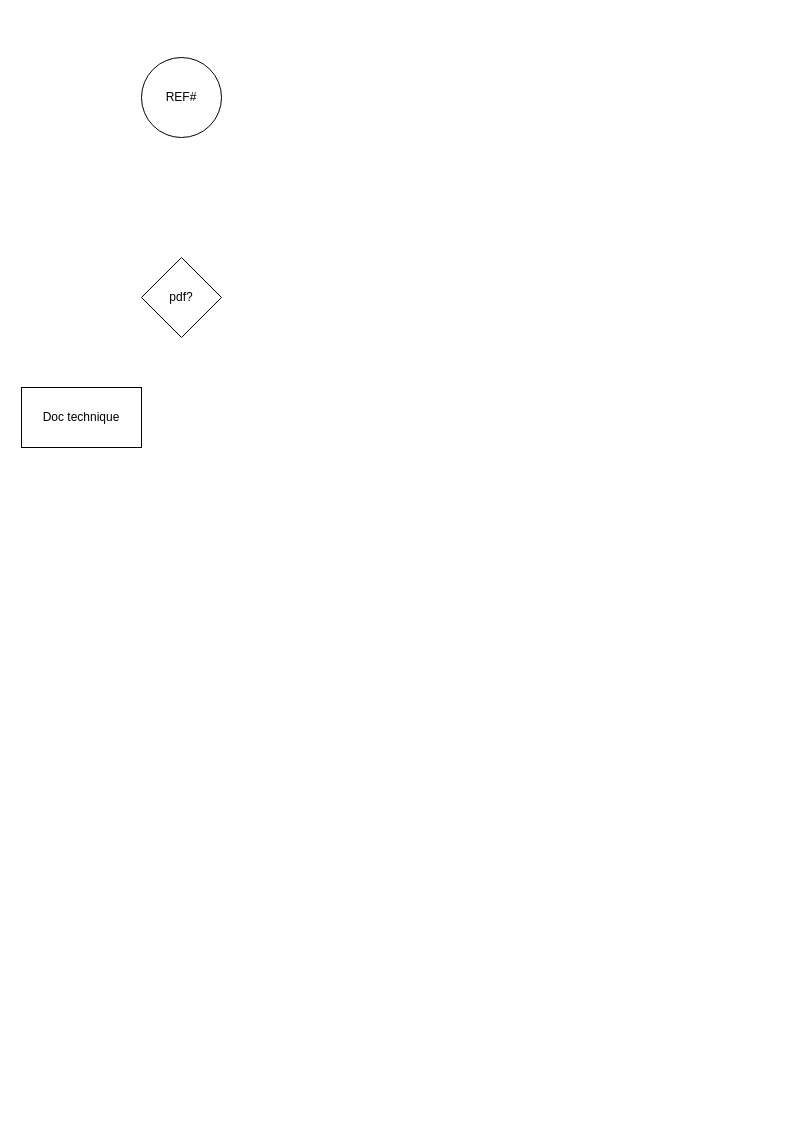
reksadsp/mulster-autologue keeps this draw.io diagram as Org.drawio. Above is the earlier version. Source tidied: cells renumbered, new cells numbered last; positions are measured from the earlier drawing's top-left corner, leaving out a move shared by most shapes. Both pictures are drawn from the tidied source at 100%, with x=0, y=0 at pixel (21, 57).
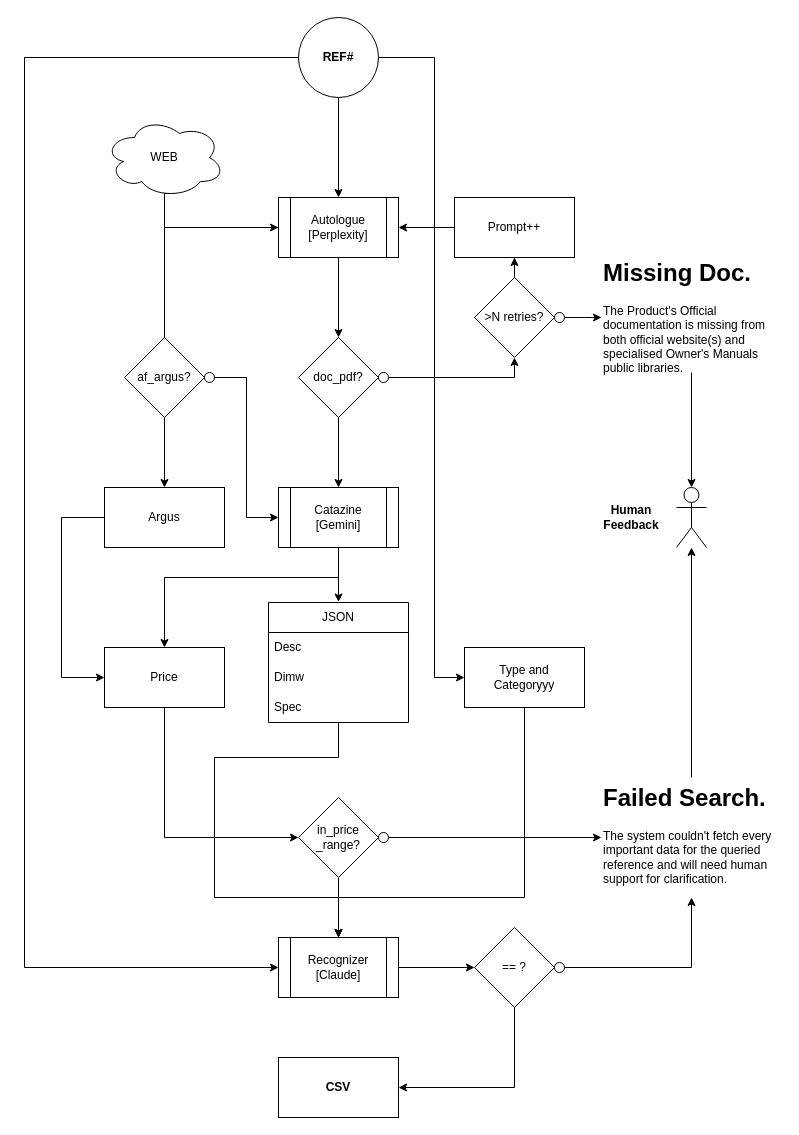
The same diagram, later.

Change to the diagram source:
```diff
@@
-    <mxCell id="2" value="Doc technique" style="whiteSpace=wrap;html=1;" parent="1" vertex="1">
-      <mxGeometry y="330" width="120" height="60" as="geometry" />
-    </mxCell>
+    <mxCell id="5" style="edgeStyle=orthogonalEdgeStyle;rounded=0;jettySize=auto;html=1;entryX=0.5;entryY=0;entryDx=0;entryDy=0;" parent="1" edge="1" source="3" target="12">
+      <mxGeometry relative="1" as="geometry" />
+    </mxCell>
+    <mxCell id="6" style="edgeStyle=orthogonalEdgeStyle;rounded=0;jettySize=auto;html=1;entryX=0;entryY=0.5;entryDx=0;entryDy=0;" parent="1" edge="1" source="3" target="32">
+      <mxGeometry relative="1" as="geometry">
+        <Array as="points">
+          <mxPoint x="3" />
+          <mxPoint x="3" y="910" />
+        </Array>
+      </mxGeometry>
+    </mxCell>
+    <mxCell id="7" style="edgeStyle=orthogonalEdgeStyle;rounded=0;jettySize=auto;html=1;" parent="1" edge="1" source="3" target="55">
+      <mxGeometry relative="1" as="geometry">
+        <Array as="points">
+          <mxPoint x="413" />
+          <mxPoint x="413" y="620" />
+        </Array>
+      </mxGeometry>
+    </mxCell>
-    <mxCell id="3" value="REF#" style="ellipse;whiteSpace=wrap;html=1;" parent="1" vertex="1">
-      <mxGeometry x="120" width="80" height="80" as="geometry" />
+    <mxCell id="3" value="REF#" style="ellipse;whiteSpace=wrap;html=1;fontStyle=1;" parent="1" vertex="1">
+      <mxGeometry x="277" y="-40" width="80" height="80" as="geometry" />
     </mxCell>
+    <mxCell id="8" style="edgeStyle=orthogonalEdgeStyle;rounded=0;jettySize=auto;html=1;entryX=0.5;entryY=0;entryDx=0;entryDy=0;" parent="1" edge="1" source="4" target="20">
+      <mxGeometry relative="1" as="geometry" />
+    </mxCell>
+    <mxCell id="9" style="edgeStyle=orthogonalEdgeStyle;rounded=0;jettySize=auto;html=1;entryX=0.5;entryY=1;entryDx=0;entryDy=0;" parent="1" edge="1" source="43" target="17">
+      <mxGeometry relative="1" as="geometry">
+        <Array as="points">
+          <mxPoint x="493" y="320" />
+        </Array>
+      </mxGeometry>
+    </mxCell>
-    <mxCell id="4" value="pdf?" style="rhombus;whiteSpace=wrap;html=1;" parent="1" vertex="1">
-      <mxGeometry x="120" y="200" width="80" height="80" as="geometry" />
+    <mxCell id="4" value="doc_pdf?" style="rhombus;whiteSpace=wrap;html=1;" parent="1" vertex="1">
+      <mxGeometry x="277" y="280" width="80" height="80" as="geometry" />
     </mxCell>
+    <mxCell id="10" style="edgeStyle=orthogonalEdgeStyle;rounded=0;jettySize=auto;html=1;" parent="1" edge="1" source="12" target="4">
+      <mxGeometry relative="1" as="geometry" />
+    </mxCell>
+    <mxCell id="11" style="edgeStyle=orthogonalEdgeStyle;rounded=0;jettySize=auto;html=1;" parent="1" edge="1" source="12">
+      <mxGeometry relative="1" as="geometry">
+        <mxPoint x="143" y="300" as="targetPoint" />
+        <Array as="points">
+          <mxPoint x="143" y="170" />
+        </Array>
+      </mxGeometry>
+    </mxCell>
+    <mxCell id="12" value="Autologue&lt;div&gt;[Perplexity]&lt;/div&gt;" style="shape=process;whiteSpace=wrap;html=1;backgroundOutline=1;" parent="1" vertex="1">
+      <mxGeometry x="257" y="140" width="120" height="60" as="geometry" />
+    </mxCell>
+    <mxCell id="13" style="shape=umlActor;verticalLabelPosition=bottom;verticalAlign=top;html=1;outlineConnect=0;" parent="1" vertex="1">
+      <mxGeometry x="655" y="430" width="30" height="60" as="geometry" />
+    </mxCell>
+    <mxCell id="14" style="edgeStyle=orthogonalEdgeStyle;rounded=0;jettySize=auto;html=1;" parent="1" edge="1" source="35" target="13">
+      <mxGeometry relative="1" as="geometry" />
+    </mxCell>
+    <mxCell id="15" style="edgeStyle=orthogonalEdgeStyle;rounded=0;jettySize=auto;html=1;" parent="1" edge="1" source="17" target="35">
+      <mxGeometry relative="1" as="geometry">
+        <Array as="points">
+          <mxPoint x="563" y="260" />
+          <mxPoint x="563" y="260" />
+        </Array>
+      </mxGeometry>
+    </mxCell>
+    <mxCell id="16" style="edgeStyle=orthogonalEdgeStyle;rounded=0;jettySize=auto;html=1;" parent="1" edge="1" source="17" target="42">
+      <mxGeometry relative="1" as="geometry" />
+    </mxCell>
+    <mxCell id="17" value="&amp;gt;N retries?" style="rhombus;whiteSpace=wrap;html=1;" parent="1" vertex="1">
+      <mxGeometry x="453" y="220" width="80" height="80" as="geometry" />
+    </mxCell>
+    <mxCell id="18" style="edgeStyle=orthogonalEdgeStyle;rounded=0;jettySize=auto;html=1;entryX=0.5;entryY=0;entryDx=0;entryDy=0;" parent="1" edge="1" source="20">
+      <mxGeometry relative="1" as="geometry">
+        <mxPoint x="317" y="544.5" as="targetPoint" />
+      </mxGeometry>
+    </mxCell>
+    <mxCell id="19" style="edgeStyle=orthogonalEdgeStyle;rounded=0;jettySize=auto;html=1;entryX=0.5;entryY=0;entryDx=0;entryDy=0;" parent="1" edge="1" source="20" target="40">
+      <mxGeometry relative="1" as="geometry">
+        <Array as="points">
+          <mxPoint x="317" y="520" />
+          <mxPoint x="143" y="520" />
+        </Array>
+      </mxGeometry>
+    </mxCell>
+    <mxCell id="20" value="Catazine&lt;div&gt;[Gemini]&lt;/div&gt;" style="shape=process;whiteSpace=wrap;html=1;backgroundOutline=1;" parent="1" vertex="1">
+      <mxGeometry x="257" y="430" width="120" height="60" as="geometry" />
+    </mxCell>
+    <mxCell id="21" value="Argus" style="rounded=0;whiteSpace=wrap;html=1;" parent="1" vertex="1">
+      <mxGeometry x="83" y="430" width="120" height="60" as="geometry" />
+    </mxCell>
+    <mxCell id="22" style="edgeStyle=orthogonalEdgeStyle;rounded=0;jettySize=auto;html=1;entryX=0.5;entryY=0;entryDx=0;entryDy=0;" parent="1" edge="1" source="23" target="21">
+      <mxGeometry relative="1" as="geometry" />
+    </mxCell>
+    <mxCell id="23" value="af_argus?" style="rhombus;whiteSpace=wrap;html=1;" parent="1" vertex="1">
+      <mxGeometry x="103" y="280" width="80" height="80" as="geometry" />
+    </mxCell>
+    <mxCell id="24" style="edgeStyle=orthogonalEdgeStyle;rounded=0;jettySize=auto;html=1;entryX=0;entryY=0.5;entryDx=0;entryDy=0;exitX=0.55;exitY=0.95;exitDx=0;exitDy=0;exitPerimeter=0;" parent="1" edge="1" source="25" target="12">
+      <mxGeometry relative="1" as="geometry">
+        <Array as="points">
+          <mxPoint x="143" y="136" />
+          <mxPoint x="143" y="170" />
+        </Array>
+      </mxGeometry>
+    </mxCell>
+    <mxCell id="25" value="WEB" style="ellipse;shape=cloud;whiteSpace=wrap;html=1;" parent="1" vertex="1">
+      <mxGeometry x="83" y="60" width="120" height="80" as="geometry" />
+    </mxCell>
+    <mxCell id="26" style="edgeStyle=orthogonalEdgeStyle;rounded=0;jettySize=auto;html=1;entryX=0.5;entryY=0;entryDx=0;entryDy=0;" parent="1" edge="1" source="27" target="32">
+      <mxGeometry relative="1" as="geometry">
+        <Array as="points">
+          <mxPoint x="317" y="700" />
+          <mxPoint x="193" y="700" />
+          <mxPoint x="193" y="840" />
+          <mxPoint x="317" y="840" />
+        </Array>
+      </mxGeometry>
+    </mxCell>
+    <mxCell id="27" value="JSON" style="swimlane;fontStyle=0;horizontal=1;startSize=30;whiteSpace=wrap;html=1;" parent="1" vertex="1">
+      <mxGeometry x="247" y="545" width="140" height="120" as="geometry" />
+    </mxCell>
+    <mxCell id="28" value="Desc" style="text;strokeColor=none;fillColor=none;align=left;verticalAlign=middle;spacingLeft=4;spacingRight=4;overflow=hidden;whiteSpace=wrap;html=1;" parent="27" vertex="1">
+      <mxGeometry y="30" width="140" height="30" as="geometry" />
+    </mxCell>
+    <mxCell id="29" value="Dimw" style="text;strokeColor=none;fillColor=none;align=left;verticalAlign=middle;spacingLeft=4;spacingRight=4;overflow=hidden;whiteSpace=wrap;html=1;" parent="27" vertex="1">
+      <mxGeometry y="60" width="140" height="30" as="geometry" />
+    </mxCell>
+    <mxCell id="30" value="Spec" style="text;strokeColor=none;fillColor=none;align=left;verticalAlign=middle;spacingLeft=4;spacingRight=4;overflow=hidden;whiteSpace=wrap;html=1;" parent="27" vertex="1">
+      <mxGeometry y="90" width="140" height="30" as="geometry" />
+    </mxCell>
+    <mxCell id="31" style="edgeStyle=orthogonalEdgeStyle;rounded=0;jettySize=auto;html=1;entryX=0.5;entryY=1;entryDx=0;entryDy=0;" parent="1" edge="1" source="32" target="34">
+      <mxGeometry relative="1" as="geometry" />
+    </mxCell>
+    <mxCell id="32" value="Recognizer&lt;div&gt;[Claude]&lt;/div&gt;" style="shape=process;whiteSpace=wrap;html=1;backgroundOutline=1;" parent="1" vertex="1">
+      <mxGeometry x="257" y="880" width="120" height="60" as="geometry" />
+    </mxCell>
+    <mxCell id="33" style="edgeStyle=orthogonalEdgeStyle;rounded=0;jettySize=auto;html=1;entryX=1;entryY=0.5;entryDx=0;entryDy=0;" parent="1" edge="1" source="34" target="53">
+      <mxGeometry relative="1" as="geometry">
+        <Array as="points">
+          <mxPoint x="493" y="1030" />
+        </Array>
+      </mxGeometry>
+    </mxCell>
+    <mxCell id="34" value="== ?" style="rhombus;whiteSpace=wrap;html=1;direction=south;" parent="1" vertex="1">
+      <mxGeometry x="453" y="870" width="80" height="80" as="geometry" />
+    </mxCell>
+    <mxCell id="35" value="&lt;h1 style=&quot;margin-top: 0px;&quot;&gt;Missing Doc.&lt;/h1&gt;&lt;p&gt;The Product's Official documentation is missing from both official website(s) and specialised Owner's Manuals public libraries.&lt;/p&gt;" style="text;html=1;whiteSpace=wrap;overflow=hidden;rounded=0;" parent="1" vertex="1">
+      <mxGeometry x="580" y="195" width="180" height="120" as="geometry" />
+    </mxCell>
+    <mxCell id="36" style="edgeStyle=orthogonalEdgeStyle;rounded=0;jettySize=auto;html=1;" parent="1" edge="1" source="37" target="13">
+      <mxGeometry relative="1" as="geometry" />
+    </mxCell>
+    <mxCell id="37" value="&lt;h1 style=&quot;margin-top: 0px;&quot;&gt;Failed Search.&lt;/h1&gt;&lt;p&gt;The system couldn't fetch every important data for the queried reference and will need human support for clarification.&lt;/p&gt;" style="text;html=1;whiteSpace=wrap;overflow=hidden;rounded=0;" parent="1" vertex="1">
+      <mxGeometry x="580" y="720" width="180" height="120" as="geometry" />
+    </mxCell>
+    <mxCell id="38" style="edgeStyle=orthogonalEdgeStyle;rounded=0;jettySize=auto;html=1;entryX=0;entryY=0.5;entryDx=0;entryDy=0;exitX=0;exitY=0.5;exitDx=0;exitDy=0;" parent="1" edge="1" source="21" target="40">
+      <mxGeometry relative="1" as="geometry">
+        <Array as="points">
+          <mxPoint x="40" y="460" />
+          <mxPoint x="40" y="620" />
+        </Array>
+      </mxGeometry>
+    </mxCell>
+    <mxCell id="39" style="edgeStyle=orthogonalEdgeStyle;rounded=0;jettySize=auto;html=1;" parent="1" edge="1" source="40" target="48">
+      <mxGeometry relative="1" as="geometry">
+        <Array as="points">
+          <mxPoint x="143" y="780" />
+        </Array>
+      </mxGeometry>
+    </mxCell>
+    <mxCell id="40" value="Price" style="rounded=0;whiteSpace=wrap;html=1;" parent="1" vertex="1">
+      <mxGeometry x="83" y="590" width="120" height="60" as="geometry" />
+    </mxCell>
+    <mxCell id="41" style="edgeStyle=orthogonalEdgeStyle;rounded=0;jettySize=auto;html=1;" parent="1" edge="1" source="42" target="12">
+      <mxGeometry relative="1" as="geometry" />
+    </mxCell>
+    <mxCell id="42" value="Prompt++" style="rounded=0;whiteSpace=wrap;html=1;" parent="1" vertex="1">
+      <mxGeometry x="433" y="140" width="120" height="60" as="geometry" />
+    </mxCell>
+    <mxCell id="43" style="ellipse;whiteSpace=wrap;html=1;" parent="1" vertex="1">
+      <mxGeometry x="357" y="315" width="10" height="10" as="geometry" />
+    </mxCell>
+    <mxCell id="44" style="edgeStyle=orthogonalEdgeStyle;rounded=0;jettySize=auto;html=1;entryX=0;entryY=0.5;entryDx=0;entryDy=0;" parent="1" edge="1" source="45" target="20">
+      <mxGeometry relative="1" as="geometry" />
+    </mxCell>
+    <mxCell id="45" style="ellipse;whiteSpace=wrap;html=1;" parent="1" vertex="1">
+      <mxGeometry x="183" y="315" width="10" height="10" as="geometry" />
+    </mxCell>
+    <mxCell id="46" style="ellipse;whiteSpace=wrap;html=1;" parent="1" vertex="1">
+      <mxGeometry x="533" y="255" width="10" height="10" as="geometry" />
+    </mxCell>
+    <mxCell id="47" style="edgeStyle=orthogonalEdgeStyle;rounded=0;jettySize=auto;html=1;entryX=0.5;entryY=0;entryDx=0;entryDy=0;" parent="1" edge="1" source="48" target="32">
+      <mxGeometry relative="1" as="geometry" />
+    </mxCell>
+    <mxCell id="48" value="in_price&lt;div&gt;_range?&lt;/div&gt;" style="rhombus;whiteSpace=wrap;html=1;" parent="1" vertex="1">
+      <mxGeometry x="277" y="740" width="80" height="80" as="geometry" />
+    </mxCell>
+    <mxCell id="49" style="edgeStyle=orthogonalEdgeStyle;rounded=0;jettySize=auto;html=1;entryX=0;entryY=0.5;entryDx=0;entryDy=0;" parent="1" edge="1" source="50" target="37">
+      <mxGeometry relative="1" as="geometry" />
+    </mxCell>
+    <mxCell id="50" style="ellipse;whiteSpace=wrap;html=1;" parent="1" vertex="1">
+      <mxGeometry x="357" y="775" width="10" height="10" as="geometry" />
+    </mxCell>
+    <mxCell id="51" style="edgeStyle=orthogonalEdgeStyle;rounded=0;jettySize=auto;html=1;entryX=0.5;entryY=1;entryDx=0;entryDy=0;" parent="1" edge="1" source="52" target="37">
+      <mxGeometry relative="1" as="geometry">
+        <Array as="points">
+          <mxPoint x="538" y="910" />
+          <mxPoint x="863" y="910" />
+        </Array>
+      </mxGeometry>
+    </mxCell>
+    <mxCell id="52" style="ellipse;whiteSpace=wrap;html=1;" parent="1" vertex="1">
+      <mxGeometry x="533" y="905" width="10" height="10" as="geometry" />
+    </mxCell>
+    <mxCell id="53" value="CSV" style="rounded=0;whiteSpace=wrap;html=1;fontStyle=1;" parent="1" vertex="1">
+      <mxGeometry x="257" y="1000" width="120" height="60" as="geometry" />
+    </mxCell>
+    <mxCell id="54" style="edgeStyle=orthogonalEdgeStyle;rounded=0;jettySize=auto;html=1;" parent="1" edge="1" source="55" target="32">
+      <mxGeometry relative="1" as="geometry">
+        <Array as="points">
+          <mxPoint x="503" y="840" />
+          <mxPoint x="317" y="840" />
+        </Array>
+      </mxGeometry>
+    </mxCell>
+    <mxCell id="55" value="Type and&lt;div&gt;Categoryyy&lt;/div&gt;" style="rounded=0;whiteSpace=wrap;html=1;" parent="1" vertex="1">
+      <mxGeometry x="443" y="590" width="120" height="60" as="geometry" />
+    </mxCell>
+    <mxCell id="56" value="Human&lt;div&gt;Feedback&lt;/div&gt;" style="text;html=1;whiteSpace=wrap;strokeColor=none;fillColor=none;align=center;verticalAlign=middle;rounded=0;fontStyle=1;" parent="1" vertex="1">
+      <mxGeometry x="580" y="445" width="60" height="30" as="geometry" />
+    </mxCell>
```
